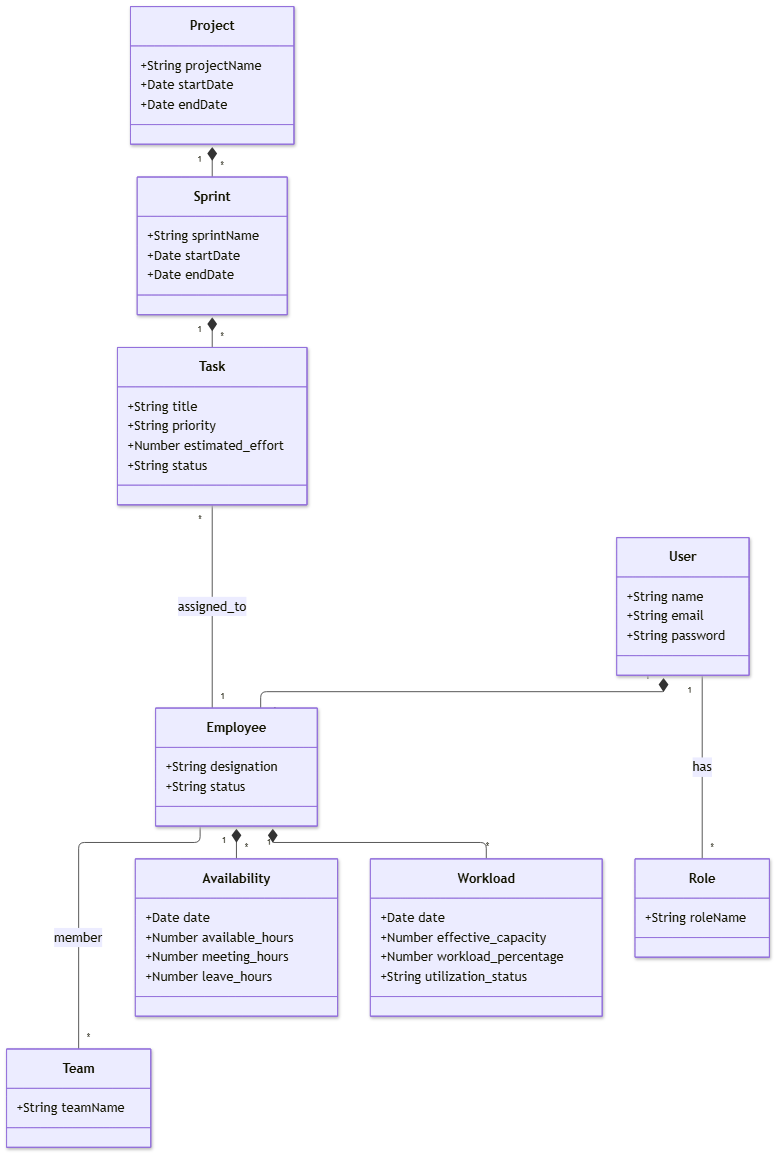
Harshidramprakash/smart-workload-capacity-system keeps this Mermaid diagram as docs/diagrams/05-class-diagram.png. Above is the earlier version. Its source is kept beside it as docs/diagrams/05-class-diagram.mmd. Its diagram source:
```mermaid
classDiagram
    class User {
      +String name
      +String email
      +String password
    }
    class Role {
      +String roleName
    }
    class Employee {
      +String designation
      +String status
    }
    class Team {
      +String teamName
    }
    class Project {
      +String projectName
      +Date startDate
      +Date endDate
    }
    class Sprint {
      +String sprintName
      +Date startDate
      +Date endDate
    }
    class Task {
      +String title
      +String priority
      +Number estimated_effort
      +String status
    }
    class Availability {
      +Date date
      +Number available_hours
      +Number meeting_hours
      +Number leave_hours
    }
    class Workload {
      +Date date
      +Number effective_capacity
      +Number workload_percentage
      +String utilization_status
    }

    User "1" *-- "1" Employee
    User "1" -- "*" Role : has
    Employee "*" -- "*" Team : member
    Project "1" *-- "*" Sprint
    Sprint "1" *-- "*" Task
    Task "*" -- "1" Employee : assigned_to
    Employee "1" *-- "*" Availability
    Employee "1" *-- "*" Workload
```
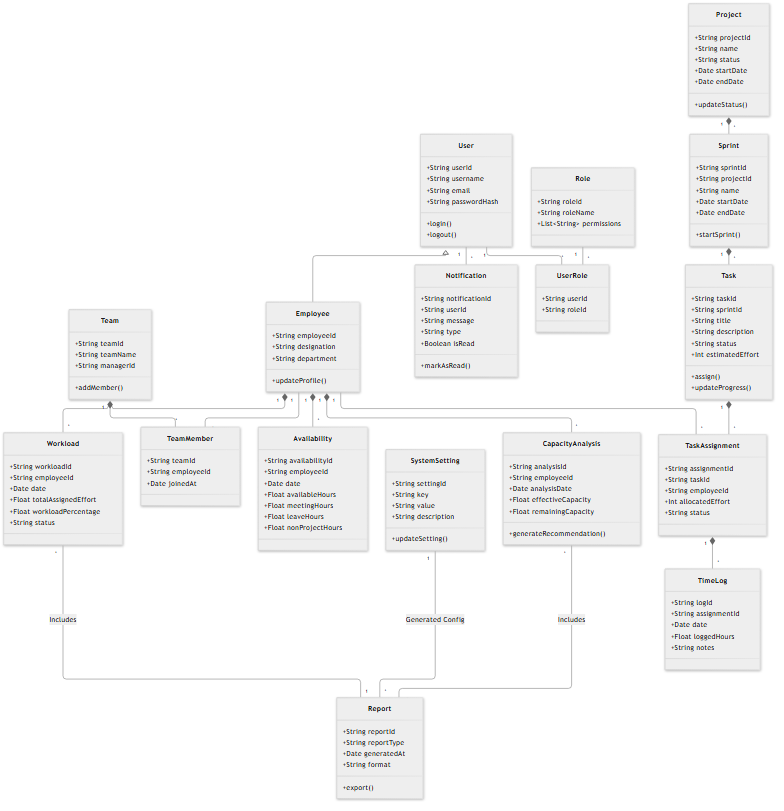
The same diagram one commit later.

Commit message:
Finalize SRS and UML diagrams

Change to the diagram source:
```diff
@@ -1,53 +1,144 @@
 classDiagram
     class User {
-      +String name
-      +String email
-      +String password
+        +String userId
+        +String username
+        +String email
+        +String passwordHash
+        +login()
+        +logout()
     }
     class Role {
-      +String roleName
+        +String roleId
+        +String roleName
+        +List~String~ permissions
+    }
+    class UserRole {
+        +String userId
+        +String roleId
     }
     class Employee {
-      +String designation
-      +String status
+        +String employeeId
+        +String designation
+        +String department
+        +updateProfile()
     }
     class Team {
-      +String teamName
+        +String teamId
+        +String teamName
+        +String managerId
+        +addMember()
+    }
+    class TeamMember {
+        +String teamId
+        +String employeeId
+        +Date joinedAt
     }
     class Project {
-      +String projectName
-      +Date startDate
-      +Date endDate
+        +String projectId
+        +String name
+        +String status
+        +Date startDate
+        +Date endDate
+        +updateStatus()
     }
     class Sprint {
-      +String sprintName
-      +Date startDate
-      +Date endDate
+        +String sprintId
+        +String projectId
+        +String name
+        +Date startDate
+        +Date endDate
+        +startSprint()
     }
     class Task {
-      +String title
-      +String priority
-      +Number estimated_effort
-      +String status
+        +String taskId
+        +String sprintId
+        +String title
+        +String description
+        +String status
+        +Int estimatedEffort
+        +assign()
+        +updateProgress()
+    }
+    class TaskAssignment {
+        +String assignmentId
+        +String taskId
+        +String employeeId
+        +Int allocatedEffort
+        +String status
+    }
+    class TimeLog {
+        +String logId
+        +String assignmentId
+        +Date date
+        +Float loggedHours
+        +String notes
     }
     class Availability {
-      +Date date
-      +Number available_hours
-      +Number meeting_hours
-      +Number leave_hours
+        +String availabilityId
+        +String employeeId
+        +Date date
+        +Float availableHours
+        +Float meetingHours
+        +Float leaveHours
+        +Float nonProjectHours
     }
     class Workload {
-      +Date date
-      +Number effective_capacity
-      +Number workload_percentage
-      +String utilization_status
+        +String workloadId
+        +String employeeId
+        +Date date
+        +Float totalAssignedEffort
+        +Float workloadPercentage
+        +String status
+    }
+    class CapacityAnalysis {
+        +String analysisId
+        +String employeeId
+        +Date analysisDate
+        +Float effectiveCapacity
+        +Float remainingCapacity
+        +generateRecommendation()
+    }
+    class Report {
+        +String reportId
+        +String reportType
+        +Date generatedAt
+        +String format
+        +export()
+    }
+    class Notification {
+        +String notificationId
+        +String userId
+        +String message
+        +String type
+        +Boolean isRead
+        +markAsRead()
+    }
+    class SystemSetting {
+        +String settingId
+        +String key
+        +String value
+        +String description
+        +updateSetting()
     }
 
-    User "1" *-- "1" Employee
-    User "1" -- "*" Role : has
-    Employee "*" -- "*" Team : member
+    User "1" -- "*" UserRole
+    Role "1" -- "*" UserRole
+    User <|-- Employee
+    Team "1" *-- "*" TeamMember
+    Employee "1" -- "*" TeamMember
+
     Project "1" *-- "*" Sprint
     Sprint "1" *-- "*" Task
-    Task "*" -- "1" Employee : assigned_to
+    Task "1" *-- "*" TaskAssignment
+    Employee "1" -- "*" TaskAssignment
+    TaskAssignment "1" *-- "*" TimeLog
+
     Employee "1" *-- "*" Availability
     Employee "1" *-- "*" Workload
+    Employee "1" *-- "*" CapacityAnalysis
+
+    User "1" -- "*" Notification
+
+    SystemSetting "1" -- "*" Report : Generated Config
+    Workload "*" -- "1" Report : Includes
+    CapacityAnalysis "*" -- "1" Report : Includes
```
